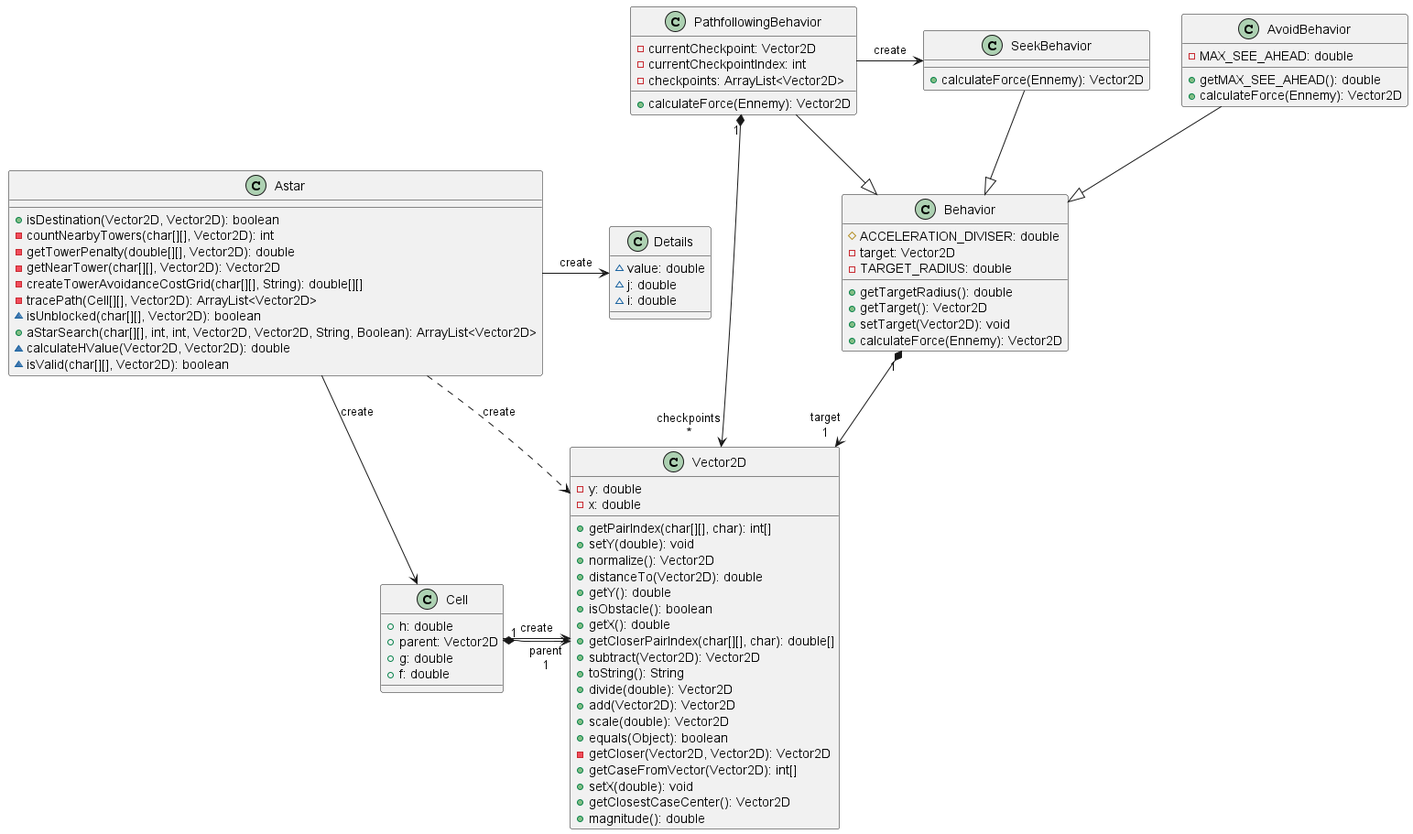
Earlier version of the PlantUML export Documents/05_Iteration_4/classSteeringAStar.png (ED54000/Projet_Tutore_RA-IL2_BOURDON_BORTOLOTTI_ROTH_DUCHENE). Source of this version:
```plantuml
@startuml



class Astar {
  + isDestination(Vector2D, Vector2D): boolean
  - countNearbyTowers(char[][], Vector2D): int
  - getTowerPenalty(double[][], Vector2D): double
  - getNearTower(char[][], Vector2D): Vector2D
  - createTowerAvoidanceCostGrid(char[][], String): double[][]
  - tracePath(Cell[][], Vector2D): ArrayList<Vector2D>
  ~ isUnblocked(char[][], Vector2D): boolean
  + aStarSearch(char[][], int, int, Vector2D, Vector2D, String, Boolean): ArrayList<Vector2D>
  ~ calculateHValue(Vector2D, Vector2D): double
  ~ isValid(char[][], Vector2D): boolean
}
class AvoidBehavior {
  - MAX_SEE_AHEAD: double
  + getMAX_SEE_AHEAD(): double
  + calculateForce(Ennemy): Vector2D
}
class Behavior {
  # ACCELERATION_DIVISER: double
  - target: Vector2D
  - TARGET_RADIUS: double
  + getTargetRadius(): double
  + getTarget(): Vector2D
  + setTarget(Vector2D): void
  + calculateForce(Ennemy): Vector2D
}
class Cell {
  + h: double
  + parent: Vector2D
  + g: double
  + f: double
}
class Details {
  ~ value: double
  ~ j: double
  ~ i: double
}
class PathfollowingBehavior {
  - currentCheckpoint: Vector2D
  - currentCheckpointIndex: int
  - checkpoints: ArrayList<Vector2D>
  + calculateForce(Ennemy): Vector2D
}
class SeekBehavior {
  + calculateForce(Ennemy): Vector2D
}
class Vector2D {
  - y: double
  - x: double
  + getPairIndex(char[][], char): int[]
  + setY(double): void
  + normalize(): Vector2D
  + distanceTo(Vector2D): double
  + getY(): double
  + isObstacle(): boolean
  + getX(): double
  + getCloserPairIndex(char[][], char): double[]
  + subtract(Vector2D): Vector2D
  + toString(): String
  + divide(double): Vector2D
  + add(Vector2D): Vector2D
  + scale(double): Vector2D
  + equals(Object): boolean
  - getCloser(Vector2D, Vector2D): Vector2D
  + getCaseFromVector(Vector2D): int[]
  + setX(double): void
  + getClosestCaseCenter(): Vector2D
  + magnitude(): double
}

Astar                  ->  Cell                  : "«create»"
Astar                  ->  Details               : "«create»"
Astar                  -[dashed]->  Vector2D              : "«create»"
AvoidBehavior          --^  Behavior
Behavior              "1" *--> "target\n1" Vector2D
Cell                   ->  Vector2D              : "«create»"
Cell                  "1" *--> "parent\n1" Vector2D
PathfollowingBehavior  --^  Behavior
PathfollowingBehavior  ->  SeekBehavior          : "«create»"
PathfollowingBehavior "1" *-> "checkpoints\n*" Vector2D
SeekBehavior           --^  Behavior
@enduml
```
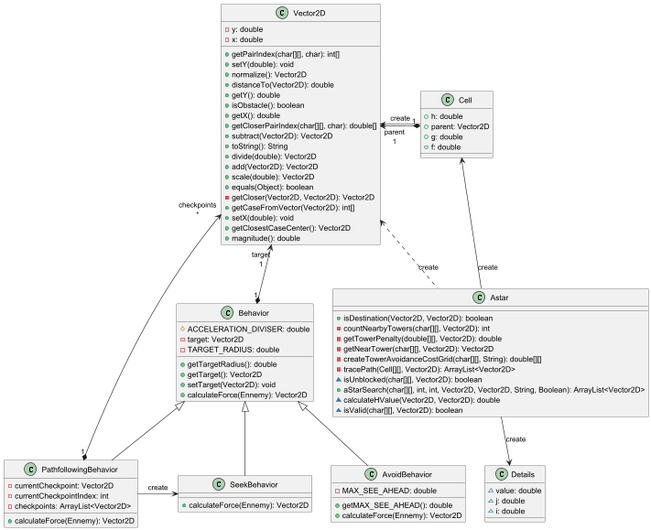
Above is the later version.

Commit message:
modif diagrammes

Diff of the diagram source:
```diff
@@ -72,15 +72,16 @@
   + magnitude(): double
 }
 
-Astar                  ->  Cell                  : "«create»"
-Astar                  ->  Details               : "«create»"
-Astar                  -[dashed]->  Vector2D              : "«create»"
-AvoidBehavior          --^  Behavior
-Behavior              "1" *--> "target\n1" Vector2D
-Cell                   ->  Vector2D              : "«create»"
-Cell                  "1" *--> "parent\n1" Vector2D
-PathfollowingBehavior  --^  Behavior
-PathfollowingBehavior  ->  SeekBehavior          : "«create»"
+Cell      <--   Astar : "«create»"
+Vector2D  <-   Cell  : "«create»"
+Vector2D  "parent\n1" <--*  "1" Cell
+Astar     -->  Details : "«create»"
+Behavior  ^--  SeekBehavior
+Behavior  ^--  AvoidBehavior
+Vector2D "target\n1" <--* "1" Behavior
+Vector2D  <-[dashed] Astar: "«create»"
+Behavior  ^--  PathfollowingBehavior
+PathfollowingBehavior ->  SeekBehavior : "«create»"
 PathfollowingBehavior "1" *-> "checkpoints\n*" Vector2D
-SeekBehavior           --^  Behavior
+
 @enduml
```
